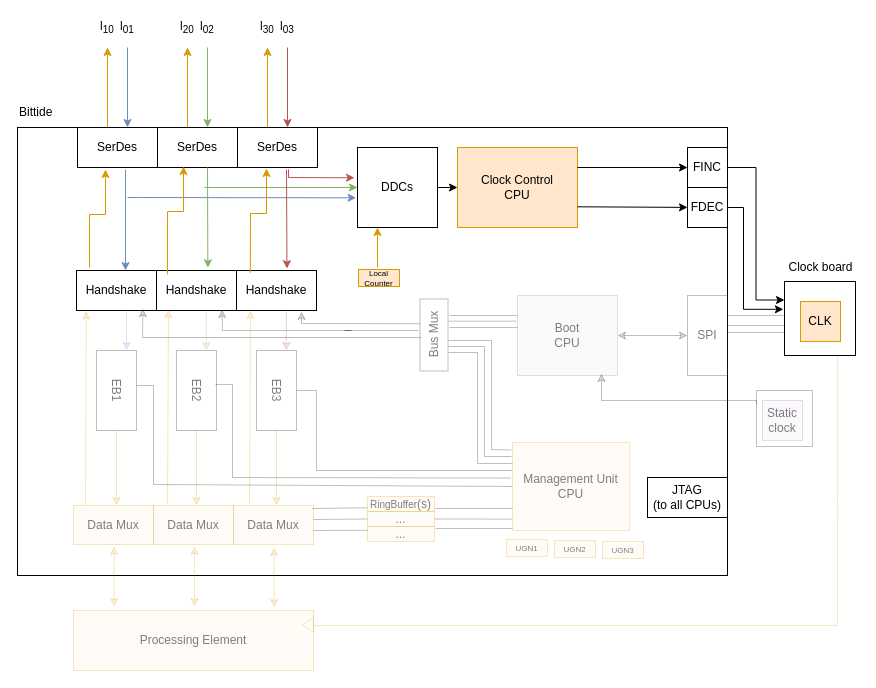
Before: docs/diagrams/bittide-cc-diagram.drawio in bittide/bittide-hardware, a draw.io diagram. Source tidied: cells renumbered, new cells numbered last; positions are measured from the earlier drawing's top-left corner, leaving out a move shared by most shapes. Both pictures are drawn from the tidied source at 100%, with x=0, y=0 at pixel (17, 17).
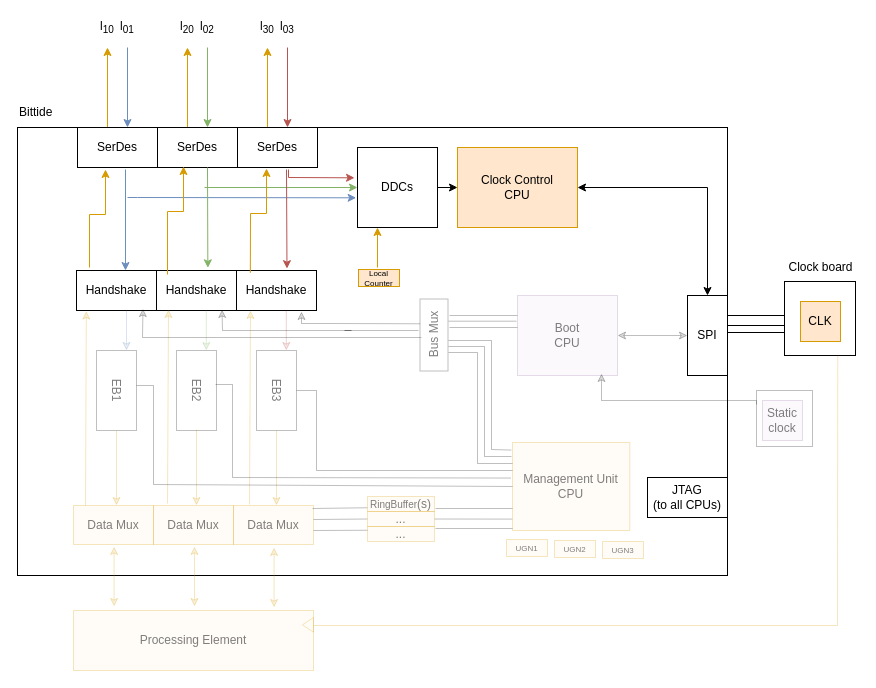
The same page after the edit.

Unchanged cells that the change refers to:
```xml
<mxCell id="2" style="rounded=0;whiteSpace=wrap;html=1;fillOpacity=100;strokeOpacity=100;" parent="1" vertex="1">
  <mxGeometry x="767" y="264" width="71" height="74" as="geometry" />
</mxCell>
<mxCell id="34" value="&lt;div&gt;Clock Control&lt;/div&gt;&lt;div&gt;CPU&lt;/div&gt;" style="rounded=0;whiteSpace=wrap;html=1;fillColor=#ffe6cc;strokeColor=#d79b00;fillOpacity=100;strokeOpacity=100;arcSize=12;" parent="1" vertex="1">
  <mxGeometry x="440" y="130" width="120" height="80" as="geometry" />
</mxCell>
```

Diff of the diagram source:
```diff
@@
+    <mxCell id="103" style="edgeStyle=orthogonalEdgeStyle;rounded=0;jettySize=auto;html=1;exitX=1;exitY=0.5;exitDx=0;exitDy=0;entryX=0.5;entryY=0;entryDx=0;entryDy=0;startArrow=classic;endArrow=classic;fillOpacity=100;strokeOpacity=100;arcSize=12;" parent="1" edge="1" source="34" target="42">
+      <mxGeometry relative="1" as="geometry" />
+    </mxCell>
@@
-    <mxCell id="36" style="edgeStyle=orthogonalEdgeStyle;rounded=0;jettySize=auto;html=1;exitX=1;exitY=0.5;exitDx=0;exitDy=0;entryX=0;entryY=0.25;entryDx=0;entryDy=0;fillOpacity=100;strokeOpacity=100;arcSize=12;" parent="1" edge="1" source="37" target="2">
-      <mxGeometry relative="1" as="geometry" />
-    </mxCell>
-    <mxCell id="37" value="FINC" style="rounded=0;whiteSpace=wrap;html=1;fillOpacity=100;strokeOpacity=100;arcSize=12;" parent="1" vertex="1">
-      <mxGeometry x="670" y="130" width="40" height="40" as="geometry" />
-    </mxCell>
-    <mxCell id="38" value="FDEC" style="rounded=0;whiteSpace=wrap;html=1;fillOpacity=100;strokeOpacity=100;arcSize=12;" parent="1" vertex="1">
-      <mxGeometry x="670" y="170" width="40" height="40" as="geometry" />
-    </mxCell>
-    <mxCell id="39" style="endArrow=classic;html=1;rounded=0;fillOpacity=100;strokeOpacity=100;arcSize=12;" parent="1" edge="1" target="37">
-      <mxGeometry relative="1" as="geometry">
-        <mxPoint x="560" y="150" as="sourcePoint" />
-      </mxGeometry>
-    </mxCell>
-    <mxCell id="40" style="endArrow=classic;html=1;rounded=0;fillOpacity=100;strokeOpacity=100;arcSize=12;" parent="1" edge="1" target="38">
-      <mxGeometry relative="1" as="geometry">
-        <mxPoint x="560" y="189.3" as="sourcePoint" />
-      </mxGeometry>
-    </mxCell>
-    <mxCell id="41" style="edgeStyle=orthogonalEdgeStyle;rounded=0;jettySize=auto;html=1;exitX=1;exitY=0.25;exitDx=0;exitDy=0;entryX=0;entryY=0.5;entryDx=0;entryDy=0;endArrow=none;endFill=0;fillOpacity=15;strokeOpacity=25;" parent="1" edge="1" source="42" target="2">
+    <mxCell id="41" style="edgeStyle=orthogonalEdgeStyle;rounded=0;jettySize=auto;html=1;exitX=1;exitY=0.25;exitDx=0;exitDy=0;entryX=0;entryY=0.5;entryDx=0;entryDy=0;endArrow=none;endFill=0;fillOpacity=100;strokeOpacity=100;" parent="1" edge="1" source="42" target="2">
       <mxGeometry relative="1" as="geometry">
         <Array as="points">
           <mxPoint x="767" y="298" />
         </Array>
       </mxGeometry>
     </mxCell>
-    <mxCell id="42" value="SPI" style="rounded=0;whiteSpace=wrap;html=1;fillOpacity=15;strokeOpacity=25;textOpacity=50;" parent="1" vertex="1">
+    <mxCell id="42" value="SPI" style="rounded=0;whiteSpace=wrap;html=1;fillOpacity=100;strokeOpacity=100;" parent="1" vertex="1">
       <mxGeometry x="670" y="278" width="40" height="80" as="geometry" />
     </mxCell>
@@
-    <mxCell id="65" style="edgeStyle=orthogonalEdgeStyle;rounded=0;orthogonalLoop=1;jettySize=auto;html=1;exitX=1;exitY=0.25;exitDx=0;exitDy=0;entryX=0;entryY=0.5;entryDx=0;entryDy=0;endArrow=none;endFill=0;fillOpacity=15;strokeOpacity=25;" parent="1" edge="1">
+    <mxCell id="65" style="edgeStyle=orthogonalEdgeStyle;rounded=0;orthogonalLoop=1;jettySize=auto;html=1;exitX=1;exitY=0.25;exitDx=0;exitDy=0;entryX=0;entryY=0.5;entryDx=0;entryDy=0;endArrow=none;endFill=0;fillOpacity=100;strokeOpacity=100;" parent="1" edge="1">
       <mxGeometry relative="1" as="geometry">
         <mxPoint x="710" y="308" as="sourcePoint" />
         <mxPoint x="767" y="311" as="targetPoint" />
         <Array as="points">
           <mxPoint x="767" y="308" />
         </Array>
       </mxGeometry>
     </mxCell>
-    <mxCell id="66" style="edgeStyle=orthogonalEdgeStyle;rounded=0;orthogonalLoop=1;jettySize=auto;html=1;exitX=1;exitY=0.25;exitDx=0;exitDy=0;entryX=0;entryY=0.5;entryDx=0;entryDy=0;endArrow=none;endFill=0;fillOpacity=15;strokeOpacity=25;" parent="1" edge="1">
+    <mxCell id="66" style="edgeStyle=orthogonalEdgeStyle;rounded=0;orthogonalLoop=1;jettySize=auto;html=1;exitX=1;exitY=0.25;exitDx=0;exitDy=0;entryX=0;entryY=0.5;entryDx=0;entryDy=0;endArrow=none;endFill=0;fillOpacity=100;strokeOpacity=100;" parent="1" edge="1">
       <mxGeometry relative="1" as="geometry">
         <mxPoint x="710" y="315" as="sourcePoint" />
         <mxPoint x="767" y="318" as="targetPoint" />
         <Array as="points">
           <mxPoint x="767" y="315" />
         </Array>
       </mxGeometry>
     </mxCell>
-    <mxCell id="67" style="edgeStyle=orthogonalEdgeStyle;rounded=0;jettySize=auto;html=1;entryX=-0.016;entryY=0.376;entryDx=0;entryDy=0;entryPerimeter=0;fillOpacity=100;strokeOpacity=100;arcSize=12;" parent="1" edge="1" source="38" target="2">
-      <mxGeometry relative="1" as="geometry">
-        <Array as="points">
-          <mxPoint x="726" y="190" />
-          <mxPoint x="726" y="292" />
-        </Array>
-      </mxGeometry>
-    </mxCell>
```
